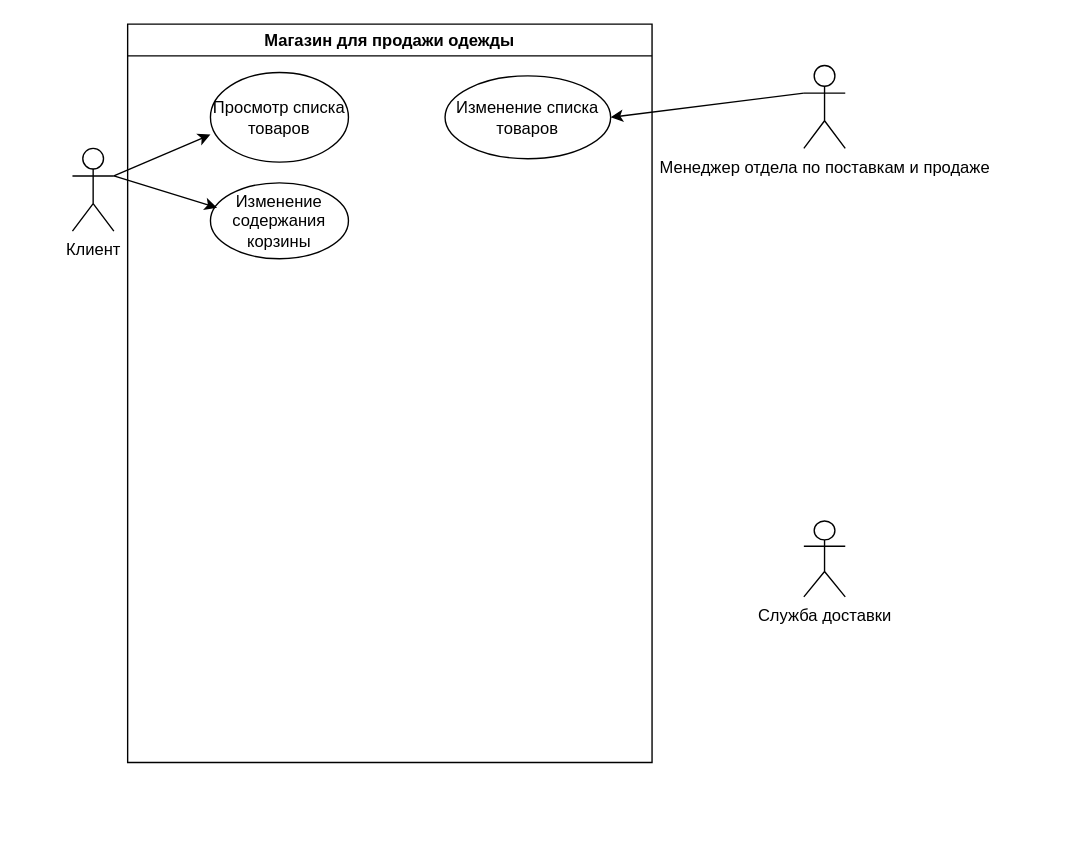
This is Диаграмма предметки.drawio from t3nsh111/UseCase, a draw.io file, before an edit. Source tidied: cells renumbered, new cells numbered last; positions are measured from the earlier drawing's top-left corner, leaving out a move shared by most shapes. Both pictures are drawn from the tidied source at 138%, with x=0, y=0 at pixel (72, 23).
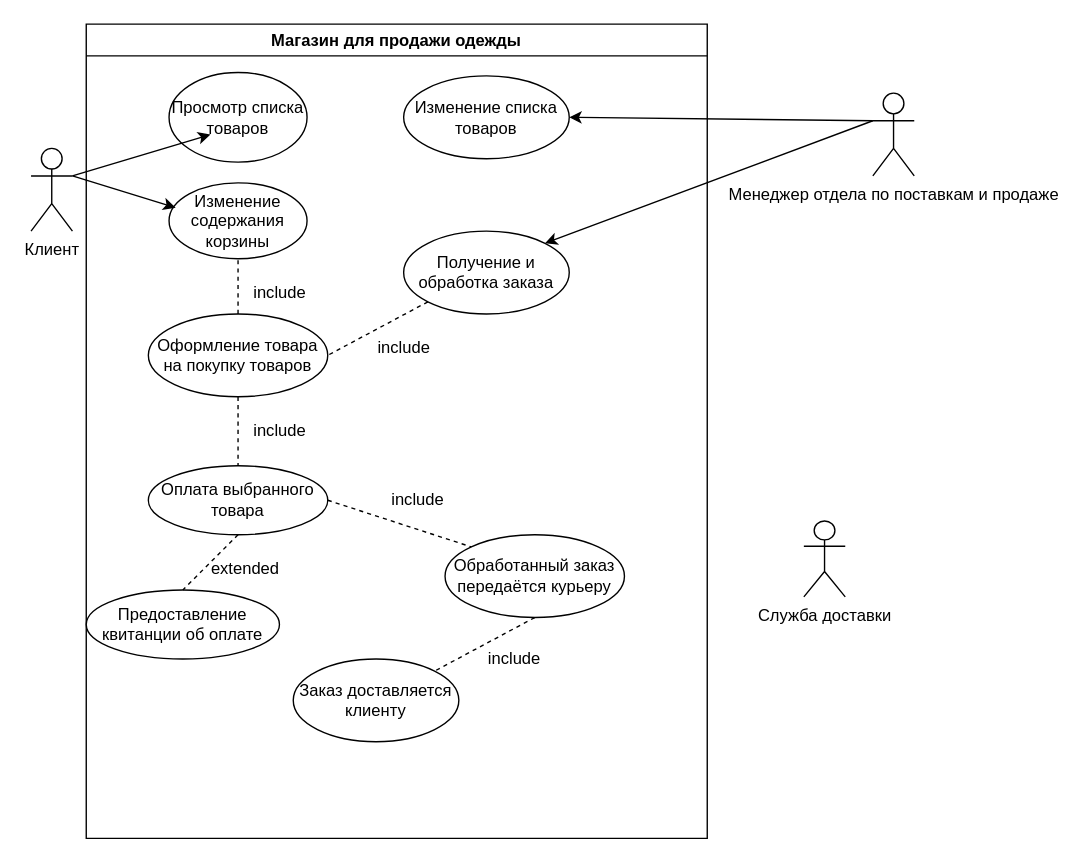
The same diagram, later.

Unchanged cells that the change refers to:
```xml
<mxCell id="4" value="Изменение содержания корзины" style="ellipse;whiteSpace=wrap;html=1;" parent="2" vertex="1">
  <mxGeometry x="60" y="115" width="100" height="55" as="geometry" />
</mxCell>
```

Change to the diagram source:
```diff
@@
     <mxCell id="2" value="Магазин для продажи одежды" style="swimlane;whiteSpace=wrap;html=1;" parent="1" vertex="1">
-      <mxGeometry x="40" width="380" height="535" as="geometry" />
+      <mxGeometry x="10" width="450" height="590" as="geometry" />
     </mxCell>
@@
+    <mxCell id="12" value="Получение и обработка заказа" style="ellipse;whiteSpace=wrap;html=1;" parent="2" vertex="1">
+      <mxGeometry x="230" y="150" width="120" height="60" as="geometry" />
+    </mxCell>
+    <mxCell id="13" value="Оформление товара на покупку товаров" style="ellipse;whiteSpace=wrap;html=1;" parent="2" vertex="1">
+      <mxGeometry x="45" y="210" width="130" height="60" as="geometry" />
+    </mxCell>
+    <mxCell id="14" value="include" style="text;html=1;align=center;verticalAlign=middle;strokeColor=none;fillColor=none;" parent="2" vertex="1">
+      <mxGeometry x="110" y="180" width="60" height="30" as="geometry" />
+    </mxCell>
+    <mxCell id="15" style="endArrow=none;dashed=1;html=1;rounded=0;entryX=0.5;entryY=1;entryDx=0;entryDy=0;exitX=0.5;exitY=0;exitDx=0;exitDy=0;" parent="2" edge="1" source="13" target="4">
+      <mxGeometry relative="1" as="geometry" />
+    </mxCell>
+    <mxCell id="16" style="endArrow=none;dashed=1;html=1;rounded=0;exitX=0;exitY=1;exitDx=0;exitDy=0;entryX=1;entryY=0.5;entryDx=0;entryDy=0;" parent="2" edge="1" source="12" target="13">
+      <mxGeometry relative="1" as="geometry" />
+    </mxCell>
+    <mxCell id="17" value="include" style="text;html=1;align=center;verticalAlign=middle;strokeColor=none;fillColor=none;" parent="2" vertex="1">
+      <mxGeometry x="200" y="220" width="60" height="30" as="geometry" />
+    </mxCell>
+    <mxCell id="18" value="Оплата выбранного товара" style="ellipse;whiteSpace=wrap;html=1;" parent="2" vertex="1">
+      <mxGeometry x="45" y="320" width="130" height="50" as="geometry" />
+    </mxCell>
+    <mxCell id="19" style="endArrow=none;dashed=1;html=1;rounded=0;exitX=0.5;exitY=1;exitDx=0;exitDy=0;entryX=0.5;entryY=0;entryDx=0;entryDy=0;" parent="2" edge="1" source="13" target="18">
+      <mxGeometry relative="1" as="geometry" />
+    </mxCell>
+    <mxCell id="20" value="Предоставление квитанции об оплате" style="ellipse;whiteSpace=wrap;html=1;" parent="2" vertex="1">
+      <mxGeometry y="410" width="140" height="50" as="geometry" />
+    </mxCell>
+    <mxCell id="21" style="endArrow=none;dashed=1;html=1;rounded=0;exitX=0.5;exitY=1;exitDx=0;exitDy=0;entryX=0.5;entryY=0;entryDx=0;entryDy=0;" parent="2" edge="1" source="18" target="20">
+      <mxGeometry relative="1" as="geometry" />
+    </mxCell>
+    <mxCell id="22" value="extended" style="text;html=1;align=center;verticalAlign=middle;strokeColor=none;fillColor=none;" parent="2" vertex="1">
+      <mxGeometry x="80" y="380" width="70" height="30" as="geometry" />
+    </mxCell>
+    <mxCell id="23" value="Обработанный заказ передаётся курьеру" style="ellipse;whiteSpace=wrap;html=1;" parent="2" vertex="1">
+      <mxGeometry x="260" y="370" width="130" height="60" as="geometry" />
+    </mxCell>
+    <mxCell id="24" style="endArrow=none;dashed=1;html=1;rounded=0;exitX=1;exitY=0.5;exitDx=0;exitDy=0;entryX=0;entryY=0;entryDx=0;entryDy=0;" parent="2" edge="1" source="18" target="23">
+      <mxGeometry relative="1" as="geometry" />
+    </mxCell>
+    <mxCell id="25" value="include" style="text;html=1;align=center;verticalAlign=middle;strokeColor=none;fillColor=none;" parent="2" vertex="1">
+      <mxGeometry x="210" y="330" width="60" height="30" as="geometry" />
+    </mxCell>
+    <mxCell id="26" value="include" style="text;html=1;align=center;verticalAlign=middle;strokeColor=none;fillColor=none;" parent="2" vertex="1">
+      <mxGeometry x="110" y="280" width="60" height="30" as="geometry" />
+    </mxCell>
+    <mxCell id="27" value="Заказ доставляется клиенту" style="ellipse;whiteSpace=wrap;html=1;" parent="2" vertex="1">
+      <mxGeometry x="150" y="460" width="120" height="60" as="geometry" />
+    </mxCell>
+    <mxCell id="28" style="endArrow=none;dashed=1;html=1;rounded=0;exitX=0.5;exitY=1;exitDx=0;exitDy=0;entryX=1;entryY=0;entryDx=0;entryDy=0;" parent="2" edge="1" source="23" target="27">
+      <mxGeometry relative="1" as="geometry" />
+    </mxCell>
     <mxCell id="6" value="Клиент&lt;br&gt;" style="shape=umlActor;verticalLabelPosition=bottom;verticalAlign=top;html=1;outlineConnect=0;" parent="1" vertex="1">
-      <mxGeometry y="90" width="30" height="60" as="geometry" />
+      <mxGeometry x="-30" y="90" width="30" height="60" as="geometry" />
     </mxCell>
     <mxCell id="7" value="Менеджер отдела по поставкам и продаже" style="shape=umlActor;verticalLabelPosition=bottom;verticalAlign=top;html=1;outlineConnect=0;" parent="1" vertex="1">
-      <mxGeometry x="530" y="30" width="30" height="60" as="geometry" />
+      <mxGeometry x="580" y="50" width="30" height="60" as="geometry" />
     </mxCell>
@@
+    <mxCell id="29" style="endArrow=classic;html=1;rounded=0;entryX=1;entryY=0;entryDx=0;entryDy=0;exitX=0;exitY=0.3333333333333333;exitDx=0;exitDy=0;exitPerimeter=0;" parent="1" edge="1" source="7" target="12">
+      <mxGeometry relative="1" as="geometry" />
+    </mxCell>
+    <mxCell id="30" value="include" style="text;html=1;align=center;verticalAlign=middle;strokeColor=none;fillColor=none;" parent="1" vertex="1">
+      <mxGeometry x="290" y="445" width="60" height="30" as="geometry" />
+    </mxCell>
```
